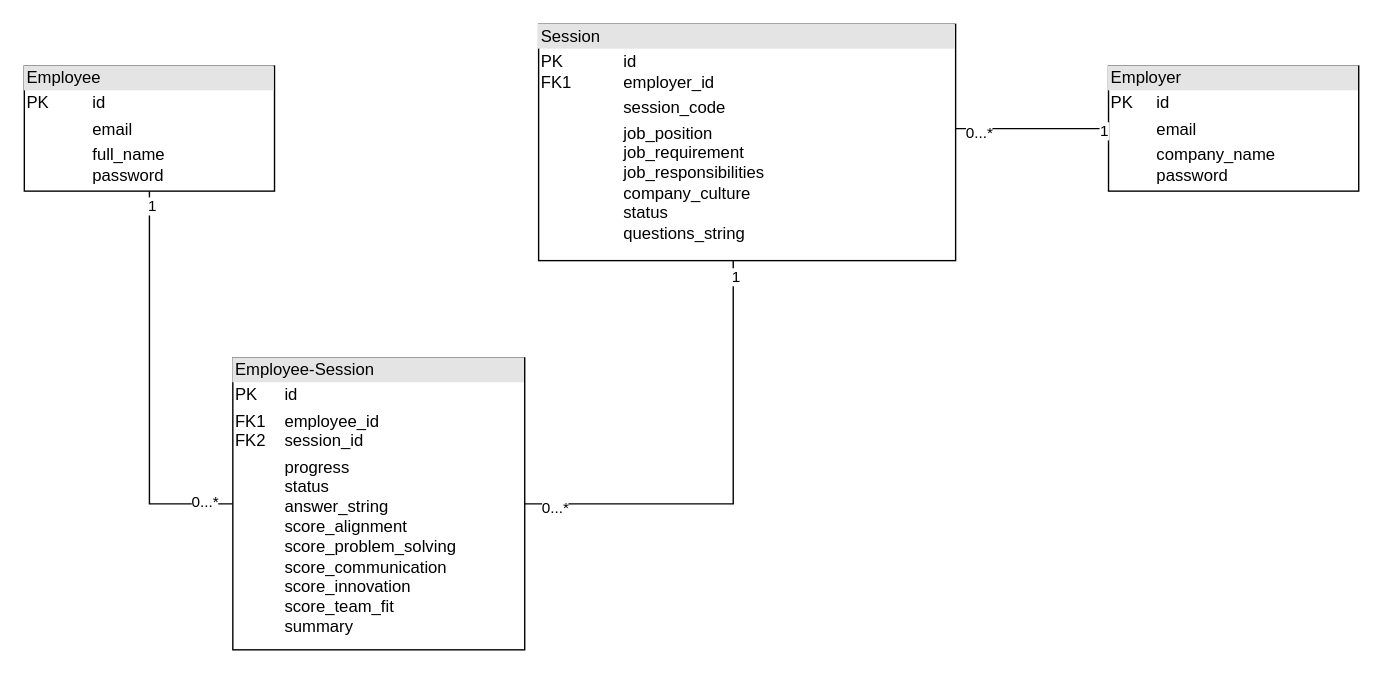
Above: DB UML.drawio in Yee1955/QuizSmart (draw.io), before the change. Source tidied: cells renumbered, new cells numbered last; positions are measured from the earlier drawing's top-left corner, leaving out a move shared by most shapes. Both pictures are drawn from the tidied source at 139%, with x=0, y=0 at pixel (24, 24).
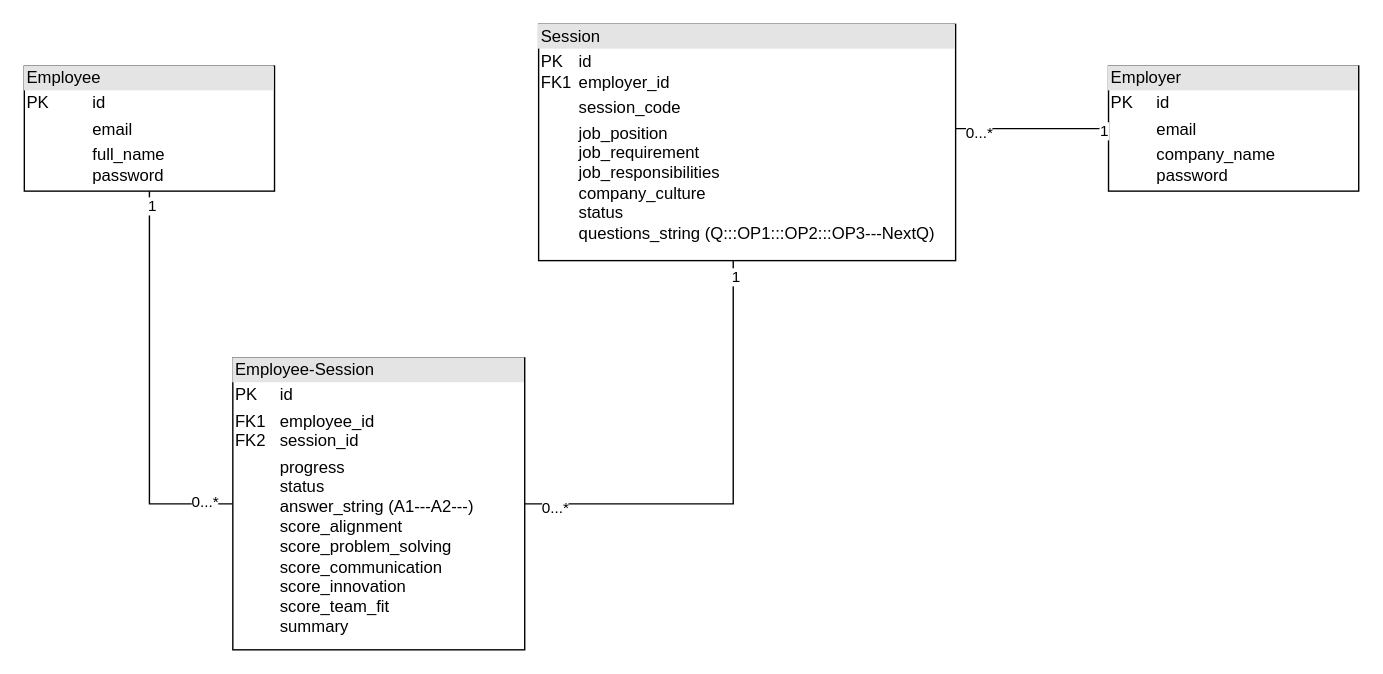
After the change.

What changed in the source:
```diff
@@
 <mxGraphModel>
   <root>
     <mxCell id="0" />
     <mxCell id="1" parent="0" />
     <mxCell id="2" style="edgeStyle=orthogonalEdgeStyle;rounded=0;jettySize=auto;html=1;entryX=0;entryY=0.5;entryDx=0;entryDy=0;endArrow=none;endFill=0;" parent="1" edge="1" source="5" target="8">
       <mxGeometry relative="1" as="geometry" />
     </mxCell>
     <mxCell id="3" value="1" style="edgeLabel;html=1;align=center;verticalAlign=middle;" parent="2" vertex="1">
       <mxGeometry x="-0.93" y="1" relative="1" as="geometry" />
     </mxCell>
     <mxCell id="4" value="0...*" style="edgeLabel;html=1;align=center;verticalAlign=middle;" parent="2" vertex="1">
       <mxGeometry x="0.95" y="2" relative="1" as="geometry">
         <mxPoint x="-14" as="offset" />
       </mxGeometry>
     </mxCell>
     <mxCell id="5" value="&lt;div style=&quot;box-sizing:border-box;width:100%;background:#e4e4e4;padding:2px;&quot;&gt;Employee&lt;/div&gt;&lt;table style=&quot;width:100%;font-size:1em;&quot; cellpadding=&quot;2&quot; cellspacing=&quot;0&quot;&gt;&lt;tbody&gt;&lt;tr&gt;&lt;td&gt;PK&lt;/td&gt;&lt;td&gt;id&lt;/td&gt;&lt;/tr&gt;&lt;tr&gt;&lt;td&gt;&lt;/td&gt;&lt;td&gt;email&lt;/td&gt;&lt;/tr&gt;&lt;tr&gt;&lt;td&gt;&lt;/td&gt;&lt;td&gt;full_name&lt;br&gt;password&lt;/td&gt;&lt;/tr&gt;&lt;/tbody&gt;&lt;/table&gt;" style="verticalAlign=top;align=left;overflow=fill;html=1;" parent="1" vertex="1">
       <mxGeometry y="30" width="180" height="90" as="geometry" />
     </mxCell>
     <mxCell id="6" value="&lt;div style=&quot;box-sizing:border-box;width:100%;background:#e4e4e4;padding:2px;&quot;&gt;Employer&lt;/div&gt;&lt;table style=&quot;width:100%;font-size:1em;&quot; cellpadding=&quot;2&quot; cellspacing=&quot;0&quot;&gt;&lt;tbody&gt;&lt;tr&gt;&lt;td&gt;PK&lt;/td&gt;&lt;td&gt;id&lt;/td&gt;&lt;/tr&gt;&lt;tr&gt;&lt;td&gt;&lt;/td&gt;&lt;td&gt;email&lt;/td&gt;&lt;/tr&gt;&lt;tr&gt;&lt;td&gt;&lt;/td&gt;&lt;td&gt;company_name&lt;br&gt;password&lt;/td&gt;&lt;/tr&gt;&lt;/tbody&gt;&lt;/table&gt;" style="verticalAlign=top;align=left;overflow=fill;html=1;" parent="1" vertex="1">
       <mxGeometry x="780" y="30" width="180" height="90" as="geometry" />
     </mxCell>
-    <mxCell id="7" value="&lt;div style=&quot;box-sizing:border-box;width:100%;background:#e4e4e4;padding:2px;&quot;&gt;Session&lt;/div&gt;&lt;table style=&quot;width:100%;font-size:1em;&quot; cellpadding=&quot;2&quot; cellspacing=&quot;0&quot;&gt;&lt;tbody&gt;&lt;tr&gt;&lt;td&gt;PK&lt;br&gt;FK1&lt;/td&gt;&lt;td&gt;id&lt;br&gt;employer_id&lt;/td&gt;&lt;/tr&gt;&lt;tr&gt;&lt;td&gt;&lt;/td&gt;&lt;td&gt;session_code&lt;/td&gt;&lt;/tr&gt;&lt;tr&gt;&lt;td&gt;&lt;/td&gt;&lt;td&gt;job_position&lt;br&gt;job_requirement&lt;br&gt;job_responsibilities&lt;br&gt;company_culture&lt;br&gt;status&lt;br&gt;questions_string&lt;/td&gt;&lt;/tr&gt;&lt;/tbody&gt;&lt;/table&gt;" style="verticalAlign=top;align=left;overflow=fill;html=1;" parent="1" vertex="1">
+    <mxCell id="7" value="&lt;div style=&quot;box-sizing:border-box;width:100%;background:#e4e4e4;padding:2px;&quot;&gt;Session&lt;/div&gt;&lt;table style=&quot;width:100%;font-size:1em;&quot; cellpadding=&quot;2&quot; cellspacing=&quot;0&quot;&gt;&lt;tbody&gt;&lt;tr&gt;&lt;td&gt;PK&lt;br&gt;FK1&lt;/td&gt;&lt;td&gt;id&lt;br&gt;employer_id&lt;/td&gt;&lt;/tr&gt;&lt;tr&gt;&lt;td&gt;&lt;/td&gt;&lt;td&gt;session_code&lt;/td&gt;&lt;/tr&gt;&lt;tr&gt;&lt;td&gt;&lt;/td&gt;&lt;td&gt;job_position&lt;br&gt;job_requirement&lt;br&gt;job_responsibilities&lt;br&gt;company_culture&lt;br&gt;status&lt;br&gt;questions_string (Q:::OP1:::OP2:::OP3---NextQ)&lt;/td&gt;&lt;/tr&gt;&lt;/tbody&gt;&lt;/table&gt;" style="verticalAlign=top;align=left;overflow=fill;html=1;" parent="1" vertex="1">
       <mxGeometry x="370" width="300" height="170" as="geometry" />
     </mxCell>
-    <mxCell id="8" value="&lt;div style=&quot;box-sizing:border-box;width:100%;background:#e4e4e4;padding:2px;&quot;&gt;Employee-Session&lt;/div&gt;&lt;table style=&quot;width:100%;font-size:1em;&quot; cellpadding=&quot;2&quot; cellspacing=&quot;0&quot;&gt;&lt;tbody&gt;&lt;tr&gt;&lt;td&gt;PK&lt;/td&gt;&lt;td&gt;id&lt;/td&gt;&lt;/tr&gt;&lt;tr&gt;&lt;td&gt;FK1&lt;br&gt;FK2&lt;/td&gt;&lt;td&gt;employee_id&lt;br&gt;session_id&lt;/td&gt;&lt;/tr&gt;&lt;tr&gt;&lt;td&gt;&lt;/td&gt;&lt;td&gt;progress&lt;br&gt;status&lt;br&gt;answer_string&lt;br&gt;score_alignment&lt;br&gt;score_problem_solving&lt;br&gt;score_communication&lt;br&gt;score_innovation&lt;br&gt;score_team_fit&lt;br&gt;summary&lt;/td&gt;&lt;/tr&gt;&lt;/tbody&gt;&lt;/table&gt;" style="verticalAlign=top;align=left;overflow=fill;html=1;" parent="1" vertex="1">
+    <mxCell id="8" value="&lt;div style=&quot;box-sizing:border-box;width:100%;background:#e4e4e4;padding:2px;&quot;&gt;Employee-Session&lt;/div&gt;&lt;table style=&quot;width:100%;font-size:1em;&quot; cellpadding=&quot;2&quot; cellspacing=&quot;0&quot;&gt;&lt;tbody&gt;&lt;tr&gt;&lt;td&gt;PK&lt;/td&gt;&lt;td&gt;id&lt;/td&gt;&lt;/tr&gt;&lt;tr&gt;&lt;td&gt;FK1&lt;br&gt;FK2&lt;/td&gt;&lt;td&gt;employee_id&lt;br&gt;session_id&lt;/td&gt;&lt;/tr&gt;&lt;tr&gt;&lt;td&gt;&lt;/td&gt;&lt;td&gt;progress&lt;br&gt;status&lt;br&gt;answer_string (A1---A2---)&lt;br&gt;score_alignment&lt;br&gt;score_problem_solving&lt;br&gt;score_communication&lt;br&gt;score_innovation&lt;br&gt;score_team_fit&lt;br&gt;summary&lt;/td&gt;&lt;/tr&gt;&lt;/tbody&gt;&lt;/table&gt;" style="verticalAlign=top;align=left;overflow=fill;html=1;" parent="1" vertex="1">
       <mxGeometry x="150" y="240" width="210" height="210" as="geometry" />
     </mxCell>
     <mxCell id="9" style="edgeStyle=orthogonalEdgeStyle;rounded=0;jettySize=auto;html=1;entryX=1;entryY=0.5;entryDx=0;entryDy=0;endArrow=none;endFill=0;" parent="1" edge="1" source="7" target="8">
       <mxGeometry relative="1" as="geometry">
         <Array as="points">
           <mxPoint x="510" y="345" />
         </Array>
       </mxGeometry>
     </mxCell>
     <mxCell id="10" value="1" style="edgeLabel;html=1;align=center;verticalAlign=middle;" parent="9" vertex="1">
       <mxGeometry x="-0.93" y="1" relative="1" as="geometry" />
     </mxCell>
     <mxCell id="11" value="0...*" style="edgeLabel;html=1;align=center;verticalAlign=middle;" parent="9" vertex="1">
       <mxGeometry x="0.95" y="2" relative="1" as="geometry">
         <mxPoint x="13" as="offset" />
       </mxGeometry>
     </mxCell>
     <mxCell id="12" style="edgeStyle=orthogonalEdgeStyle;rounded=0;jettySize=auto;html=1;endArrow=none;endFill=0;" parent="1" edge="1" source="6" target="7">
       <mxGeometry relative="1" as="geometry">
         <Array as="points">
           <mxPoint x="520" y="75" />
         </Array>
       </mxGeometry>
     </mxCell>
     <mxCell id="13" value="1" style="edgeLabel;html=1;align=center;verticalAlign=middle;" parent="12" vertex="1">
       <mxGeometry x="-0.93" y="1" relative="1" as="geometry" />
     </mxCell>
     <mxCell id="14" value="0...*" style="edgeLabel;html=1;align=center;verticalAlign=middle;" parent="12" vertex="1">
       <mxGeometry x="0.95" y="2" relative="1" as="geometry">
         <mxPoint x="13" as="offset" />
       </mxGeometry>
     </mxCell>
   </root>
 </mxGraphModel>
```
